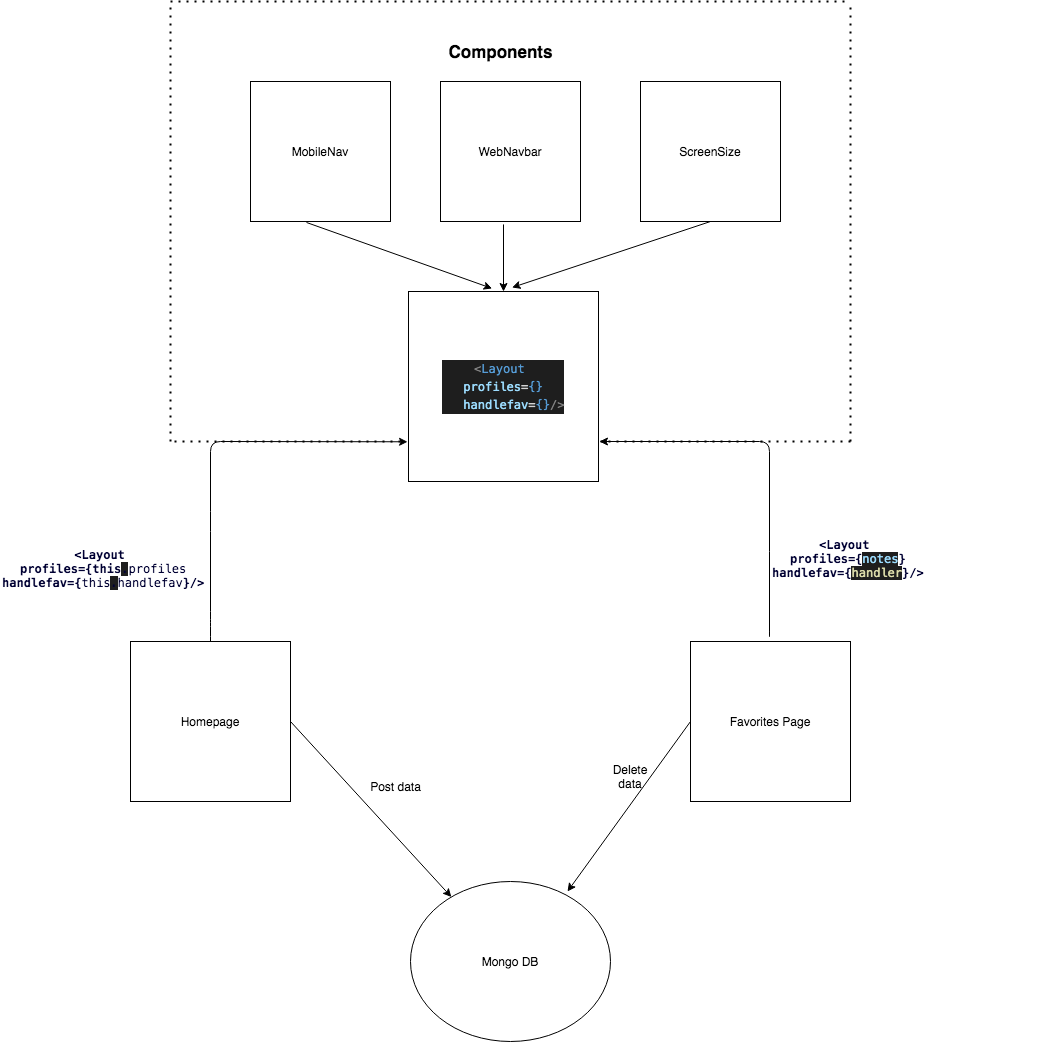
ayonaalex/TravelAlbum keeps this draw.io diagram as public/How_it_works.png. Above is the earlier version. Source tidied: cells renumbered, new cells last; positions are measured from the earlier drawing's top-left corner, leaving out a move shared by most shapes.
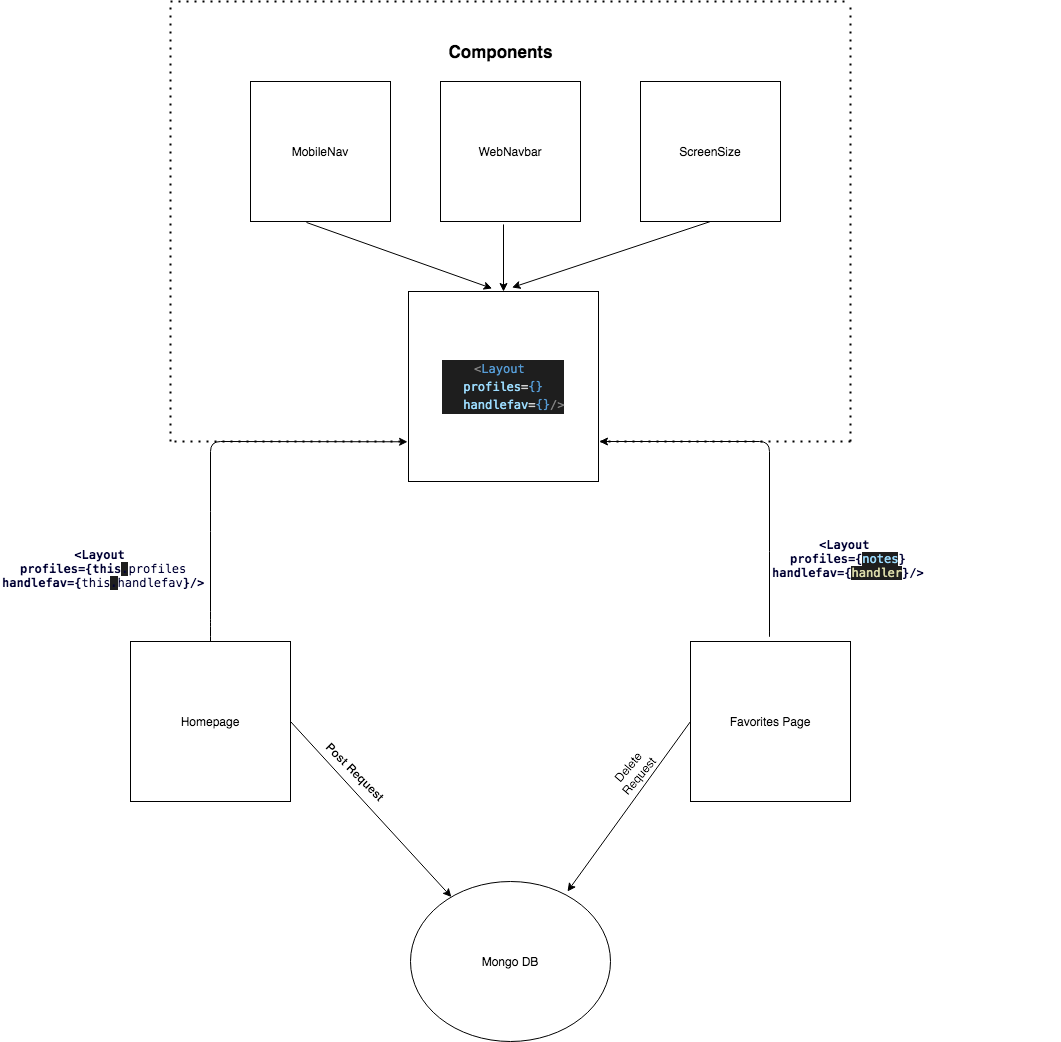
After the commit.

The edit, as a diff of the source:
```diff
@@ -96,16 +96,16 @@
     <mxCell id="22" style="endArrow=classic;html=1;exitX=1;exitY=0.5;exitDx=0;exitDy=0;" parent="1" edge="1" source="3" target="21">
       <mxGeometry relative="1" as="geometry" />
     </mxCell>
-    <mxCell id="23" value="Post data" style="text;html=1;align=center;verticalAlign=middle;" parent="1" vertex="1">
-      <mxGeometry x="360" y="775" width="70" height="20" as="geometry" />
+    <mxCell id="23" value="&lt;b&gt;Post Request&lt;/b&gt;" style="text;html=1;align=center;verticalAlign=middle;rotation=45;" parent="1" vertex="1">
+      <mxGeometry x="310" y="760" width="90" height="20" as="geometry" />
     </mxCell>
     <mxCell id="24" style="endArrow=classic;html=1;exitX=0;exitY=0.5;exitDx=0;exitDy=0;" parent="1" edge="1" source="4">
       <mxGeometry relative="1" as="geometry">
         <mxPoint x="567" y="890" as="targetPoint" />
       </mxGeometry>
     </mxCell>
-    <mxCell id="25" value="Delete data" style="text;html=1;strokeColor=none;fillColor=none;align=center;verticalAlign=middle;whiteSpace=wrap;rounded=0;" parent="1" vertex="1">
-      <mxGeometry x="610" y="755" width="40" height="40" as="geometry" />
+    <mxCell id="25" value="Delete Request" style="text;html=1;strokeColor=none;fillColor=none;align=center;verticalAlign=middle;whiteSpace=wrap;rounded=0;rotation=-50;" parent="1" vertex="1">
+      <mxGeometry x="598" y="755" width="70" height="30" as="geometry" />
     </mxCell>
   </root>
 </mxGraphModel>
```
